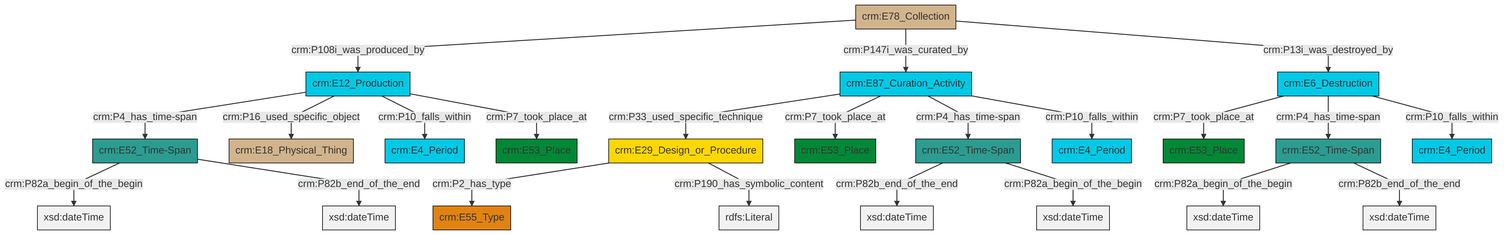
The Mermaid diagram et/archivalCSV/ttl/mmd/png/archival_existence.png in swiss-art-research-net/docs.swissartresearch, before a commit. Its source is kept beside it as et/archivalCSV/ttl/mmd/archival_existence.ttl.mmd. The source it was exported from:
```mermaid
graph TD
classDef Literal fill:#f2f2f2,stroke:#000000;
classDef CRM_Entity fill:#FFFFFF,stroke:#000000;
classDef Temporal_Entity fill:#00C9E6, stroke:#000000;
classDef Type fill:#E18312, stroke:#000000;
classDef Time-Span fill:#2C9C91, stroke:#000000;
classDef Appellation fill:#FFEB7F, stroke:#000000;
classDef Place fill:#008836, stroke:#000000;
classDef Persistent_Item fill:#B266B2, stroke:#000000;
classDef Conceptual_Object fill:#FFD700, stroke:#000000;
classDef Physical_Thing fill:#D2B48C, stroke:#000000;
classDef Actor fill:#f58aad, stroke:#000000;
classDef PC_Classes fill:#4ce600, stroke:#000000;
classDef Multi fill:#cccccc,stroke:#000000;

2["crm:E87_Curation_Activity"]:::Temporal_Entity -->|crm:P33_used_specific_technique| 3["crm:E29_Design_or_Procedure"]:::Conceptual_Object
3["crm:E29_Design_or_Procedure"]:::Conceptual_Object -->|crm:P2_has_type| 4["crm:E55_Type"]:::Type
13["crm:E12_Production"]:::Temporal_Entity -->|crm:P4_has_time-span| 14["crm:E52_Time-Span"]:::Time-Span
2["crm:E87_Curation_Activity"]:::Temporal_Entity -->|crm:P7_took_place_at| 15["crm:E53_Place"]:::Place
5["crm:E6_Destruction"]:::Temporal_Entity -->|crm:P7_took_place_at| 16["crm:E53_Place"]:::Place
7["crm:E78_Collection"]:::Physical_Thing -->|crm:P108i_was_produced_by| 13["crm:E12_Production"]:::Temporal_Entity
13["crm:E12_Production"]:::Temporal_Entity -->|crm:P16_used_specific_object| 18["crm:E18_Physical_Thing"]:::Physical_Thing
19["crm:E52_Time-Span"]:::Time-Span -->|crm:P82b_end_of_the_end| 21[xsd:dateTime]:::Literal
5["crm:E6_Destruction"]:::Temporal_Entity -->|crm:P4_has_time-span| 22["crm:E52_Time-Span"]:::Time-Span
3["crm:E29_Design_or_Procedure"]:::Conceptual_Object -->|crm:P190_has_symbolic_content| 23[rdfs:Literal]:::Literal
2["crm:E87_Curation_Activity"]:::Temporal_Entity -->|crm:P4_has_time-span| 19["crm:E52_Time-Span"]:::Time-Span
22["crm:E52_Time-Span"]:::Time-Span -->|crm:P82a_begin_of_the_begin| 25[xsd:dateTime]:::Literal
13["crm:E12_Production"]:::Temporal_Entity -->|crm:P10_falls_within| 0["crm:E4_Period"]:::Temporal_Entity
2["crm:E87_Curation_Activity"]:::Temporal_Entity -->|crm:P10_falls_within| 9["crm:E4_Period"]:::Temporal_Entity
13["crm:E12_Production"]:::Temporal_Entity -->|crm:P7_took_place_at| 11["crm:E53_Place"]:::Place
14["crm:E52_Time-Span"]:::Time-Span -->|crm:P82a_begin_of_the_begin| 27[xsd:dateTime]:::Literal
22["crm:E52_Time-Span"]:::Time-Span -->|crm:P82b_end_of_the_end| 28[xsd:dateTime]:::Literal
19["crm:E52_Time-Span"]:::Time-Span -->|crm:P82a_begin_of_the_begin| 29[xsd:dateTime]:::Literal
5["crm:E6_Destruction"]:::Temporal_Entity -->|crm:P10_falls_within| 34["crm:E4_Period"]:::Temporal_Entity
14["crm:E52_Time-Span"]:::Time-Span -->|crm:P82b_end_of_the_end| 35[xsd:dateTime]:::Literal
7["crm:E78_Collection"]:::Physical_Thing -->|crm:P147i_was_curated_by| 2["crm:E87_Curation_Activity"]:::Temporal_Entity
7["crm:E78_Collection"]:::Physical_Thing -->|crm:P13i_was_destroyed_by| 5["crm:E6_Destruction"]:::Temporal_Entity
```
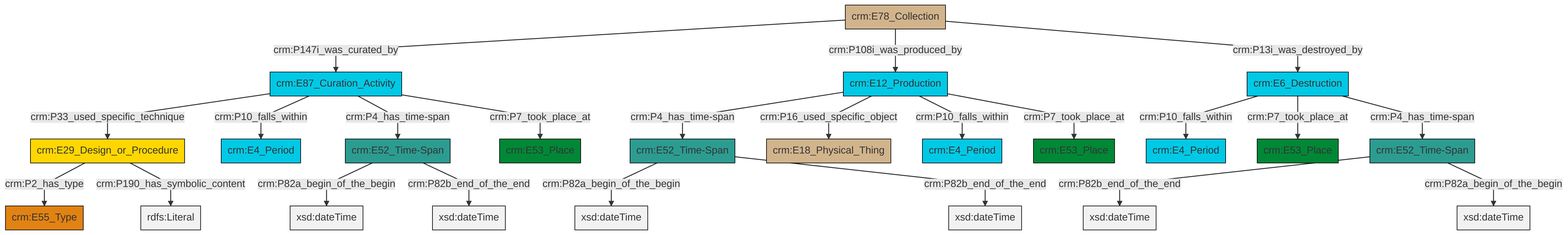
The same diagram one commit later.

What changed in the source:
```diff
@@ -13,25 +13,25 @@
 classDef PC_Classes fill:#4ce600, stroke:#000000;
 classDef Multi fill:#cccccc,stroke:#000000;
 
-2["crm:E87_Curation_Activity"]:::Temporal_Entity -->|crm:P33_used_specific_technique| 3["crm:E29_Design_or_Procedure"]:::Conceptual_Object
-3["crm:E29_Design_or_Procedure"]:::Conceptual_Object -->|crm:P2_has_type| 4["crm:E55_Type"]:::Type
-13["crm:E12_Production"]:::Temporal_Entity -->|crm:P4_has_time-span| 14["crm:E52_Time-Span"]:::Time-Span
-2["crm:E87_Curation_Activity"]:::Temporal_Entity -->|crm:P7_took_place_at| 15["crm:E53_Place"]:::Place
-5["crm:E6_Destruction"]:::Temporal_Entity -->|crm:P7_took_place_at| 16["crm:E53_Place"]:::Place
-7["crm:E78_Collection"]:::Physical_Thing -->|crm:P108i_was_produced_by| 13["crm:E12_Production"]:::Temporal_Entity
-13["crm:E12_Production"]:::Temporal_Entity -->|crm:P16_used_specific_object| 18["crm:E18_Physical_Thing"]:::Physical_Thing
-19["crm:E52_Time-Span"]:::Time-Span -->|crm:P82b_end_of_the_end| 21[xsd:dateTime]:::Literal
-5["crm:E6_Destruction"]:::Temporal_Entity -->|crm:P4_has_time-span| 22["crm:E52_Time-Span"]:::Time-Span
-3["crm:E29_Design_or_Procedure"]:::Conceptual_Object -->|crm:P190_has_symbolic_content| 23[rdfs:Literal]:::Literal
-2["crm:E87_Curation_Activity"]:::Temporal_Entity -->|crm:P4_has_time-span| 19["crm:E52_Time-Span"]:::Time-Span
-22["crm:E52_Time-Span"]:::Time-Span -->|crm:P82a_begin_of_the_begin| 25[xsd:dateTime]:::Literal
-13["crm:E12_Production"]:::Temporal_Entity -->|crm:P10_falls_within| 0["crm:E4_Period"]:::Temporal_Entity
-2["crm:E87_Curation_Activity"]:::Temporal_Entity -->|crm:P10_falls_within| 9["crm:E4_Period"]:::Temporal_Entity
-13["crm:E12_Production"]:::Temporal_Entity -->|crm:P7_took_place_at| 11["crm:E53_Place"]:::Place
-14["crm:E52_Time-Span"]:::Time-Span -->|crm:P82a_begin_of_the_begin| 27[xsd:dateTime]:::Literal
-22["crm:E52_Time-Span"]:::Time-Span -->|crm:P82b_end_of_the_end| 28[xsd:dateTime]:::Literal
-19["crm:E52_Time-Span"]:::Time-Span -->|crm:P82a_begin_of_the_begin| 29[xsd:dateTime]:::Literal
-5["crm:E6_Destruction"]:::Temporal_Entity -->|crm:P10_falls_within| 34["crm:E4_Period"]:::Temporal_Entity
-14["crm:E52_Time-Span"]:::Time-Span -->|crm:P82b_end_of_the_end| 35[xsd:dateTime]:::Literal
-7["crm:E78_Collection"]:::Physical_Thing -->|crm:P147i_was_curated_by| 2["crm:E87_Curation_Activity"]:::Temporal_Entity
-7["crm:E78_Collection"]:::Physical_Thing -->|crm:P13i_was_destroyed_by| 5["crm:E6_Destruction"]:::Temporal_Entity
+0["crm:E87_Curation_Activity"]:::Temporal_Entity -->|crm:P33_used_specific_technique| 1["crm:E29_Design_or_Procedure"]:::Conceptual_Object
+4["crm:E78_Collection"]:::Physical_Thing -->|crm:P147i_was_curated_by| 0["crm:E87_Curation_Activity"]:::Temporal_Entity
+6["crm:E6_Destruction"]:::Temporal_Entity -->|crm:P10_falls_within| 7["crm:E4_Period"]:::Temporal_Entity
+4["crm:E78_Collection"]:::Physical_Thing -->|crm:P108i_was_produced_by| 14["crm:E12_Production"]:::Temporal_Entity
+14["crm:E12_Production"]:::Temporal_Entity -->|crm:P4_has_time-span| 15["crm:E52_Time-Span"]:::Time-Span
+6["crm:E6_Destruction"]:::Temporal_Entity -->|crm:P7_took_place_at| 2["crm:E53_Place"]:::Place
+1["crm:E29_Design_or_Procedure"]:::Conceptual_Object -->|crm:P2_has_type| 17["crm:E55_Type"]:::Type
+19["crm:E52_Time-Span"]:::Time-Span -->|crm:P82b_end_of_the_end| 20[xsd:dateTime]:::Literal
+14["crm:E12_Production"]:::Temporal_Entity -->|crm:P16_used_specific_object| 8["crm:E18_Physical_Thing"]:::Physical_Thing
+22["crm:E52_Time-Span"]:::Time-Span -->|crm:P82a_begin_of_the_begin| 23[xsd:dateTime]:::Literal
+15["crm:E52_Time-Span"]:::Time-Span -->|crm:P82a_begin_of_the_begin| 24[xsd:dateTime]:::Literal
+14["crm:E12_Production"]:::Temporal_Entity -->|crm:P10_falls_within| 10["crm:E4_Period"]:::Temporal_Entity
+6["crm:E6_Destruction"]:::Temporal_Entity -->|crm:P4_has_time-span| 19["crm:E52_Time-Span"]:::Time-Span
+14["crm:E12_Production"]:::Temporal_Entity -->|crm:P7_took_place_at| 28["crm:E53_Place"]:::Place
+0["crm:E87_Curation_Activity"]:::Temporal_Entity -->|crm:P10_falls_within| 29["crm:E4_Period"]:::Temporal_Entity
+22["crm:E52_Time-Span"]:::Time-Span -->|crm:P82b_end_of_the_end| 31[xsd:dateTime]:::Literal
+15["crm:E52_Time-Span"]:::Time-Span -->|crm:P82b_end_of_the_end| 32[xsd:dateTime]:::Literal
+0["crm:E87_Curation_Activity"]:::Temporal_Entity -->|crm:P4_has_time-span| 22["crm:E52_Time-Span"]:::Time-Span
+1["crm:E29_Design_or_Procedure"]:::Conceptual_Object -->|crm:P190_has_symbolic_content| 33[rdfs:Literal]:::Literal
+19["crm:E52_Time-Span"]:::Time-Span -->|crm:P82a_begin_of_the_begin| 36[xsd:dateTime]:::Literal
+4["crm:E78_Collection"]:::Physical_Thing -->|crm:P13i_was_destroyed_by| 6["crm:E6_Destruction"]:::Temporal_Entity
+0["crm:E87_Curation_Activity"]:::Temporal_Entity -->|crm:P7_took_place_at| 12["crm:E53_Place"]:::Place
```
